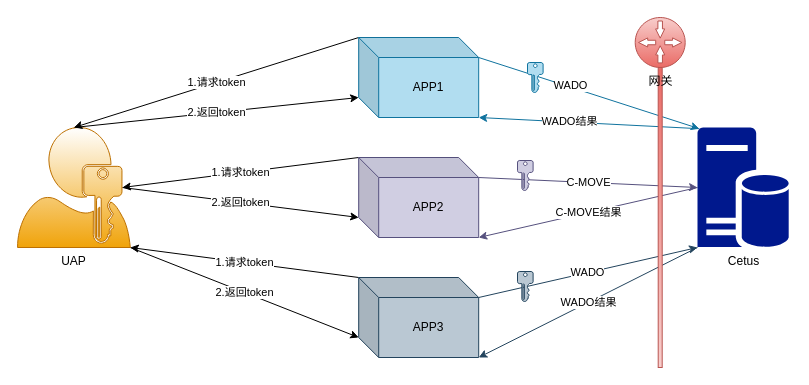
Above: uih/千县/千县-推送任务授权.drawio in xzs603/draw.io (draw.io), before the change. Source tidied: cells renumbered, new cells numbered last; positions are measured from the earlier drawing's top-left corner, leaving out a move shared by most shapes. Both pictures are drawn from the tidied source at 100%, with x=0, y=0 at pixel (17, 17).
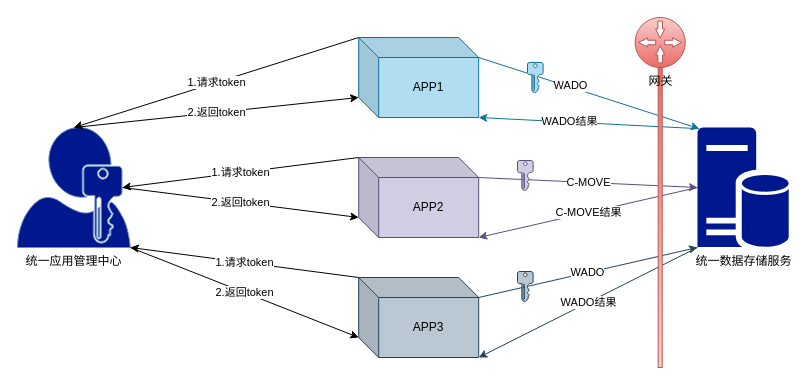
After the change.

Change to the diagram source:
```diff
@@
-    <mxCell id="5" value="UAP" style="sketch=0;shadow=0;dashed=0;html=1;strokeColor=#BD7000;labelPosition=center;verticalLabelPosition=bottom;verticalAlign=top;align=center;shape=mxgraph.mscae.enterprise.user_permissions;fillColor=#f0a30a;fontColor=#000000;gradientColor=#ffffff;gradientDirection=north;" parent="1" vertex="1">
+    <mxCell id="5" value="统一应用管理中心" style="sketch=0;shadow=0;dashed=0;html=1;strokeColor=#6c8ebf;labelPosition=center;verticalLabelPosition=bottom;verticalAlign=top;align=center;shape=mxgraph.mscae.enterprise.user_permissions;fillColor=#00188D;gradientDirection=north;" parent="1" vertex="1">
       <mxGeometry y="110" width="112.8" height="120" as="geometry" />
     </mxCell>
@@
-    <mxCell id="20" value="Cetus" style="sketch=0;shadow=0;dashed=0;html=1;strokeColor=none;labelPosition=center;verticalLabelPosition=bottom;verticalAlign=top;align=center;fillColor=#00188D;shape=mxgraph.mscae.enterprise.database_server;" parent="1" vertex="1">
+    <mxCell id="20" value="统一数据存储服务" style="sketch=0;shadow=0;dashed=0;html=1;strokeColor=none;labelPosition=center;verticalLabelPosition=bottom;verticalAlign=top;align=center;fillColor=#00188D;shape=mxgraph.mscae.enterprise.database_server;" parent="1" vertex="1">
       <mxGeometry x="680" y="110" width="91.2" height="120" as="geometry" />
     </mxCell>
```
